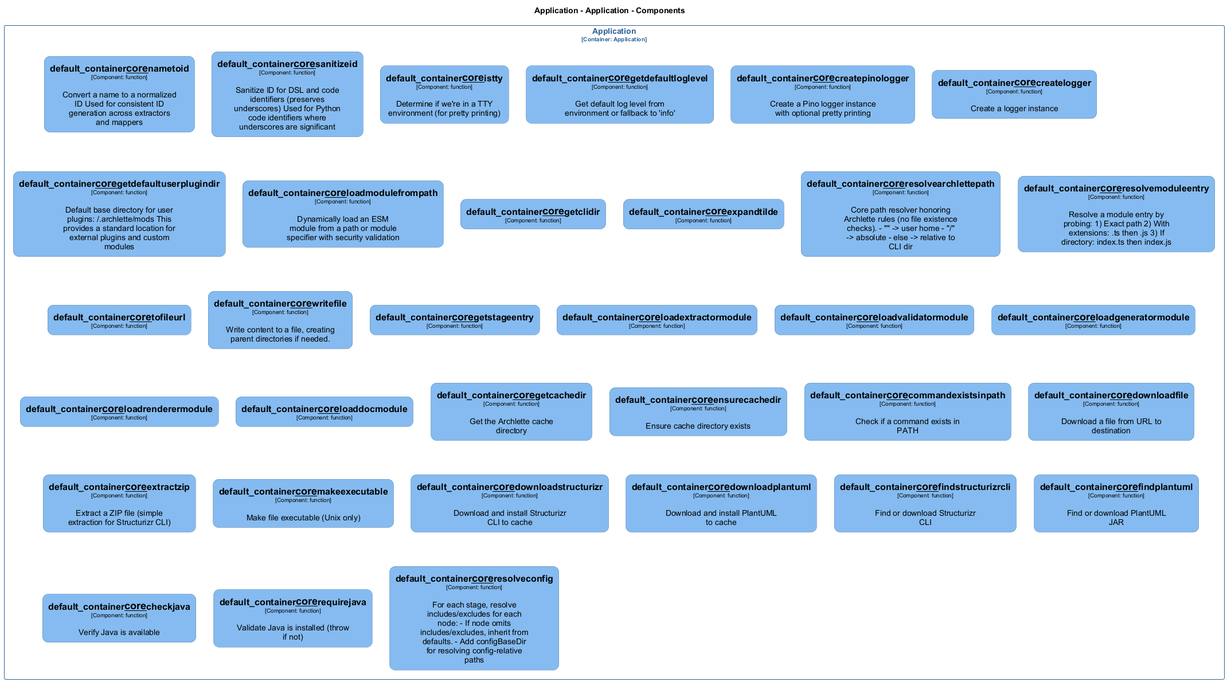
Earlier version of the PlantUML export docs/architecture/diagrams/structurizr-Classes_default_container__core.png (chrislyons-dev/archlette).
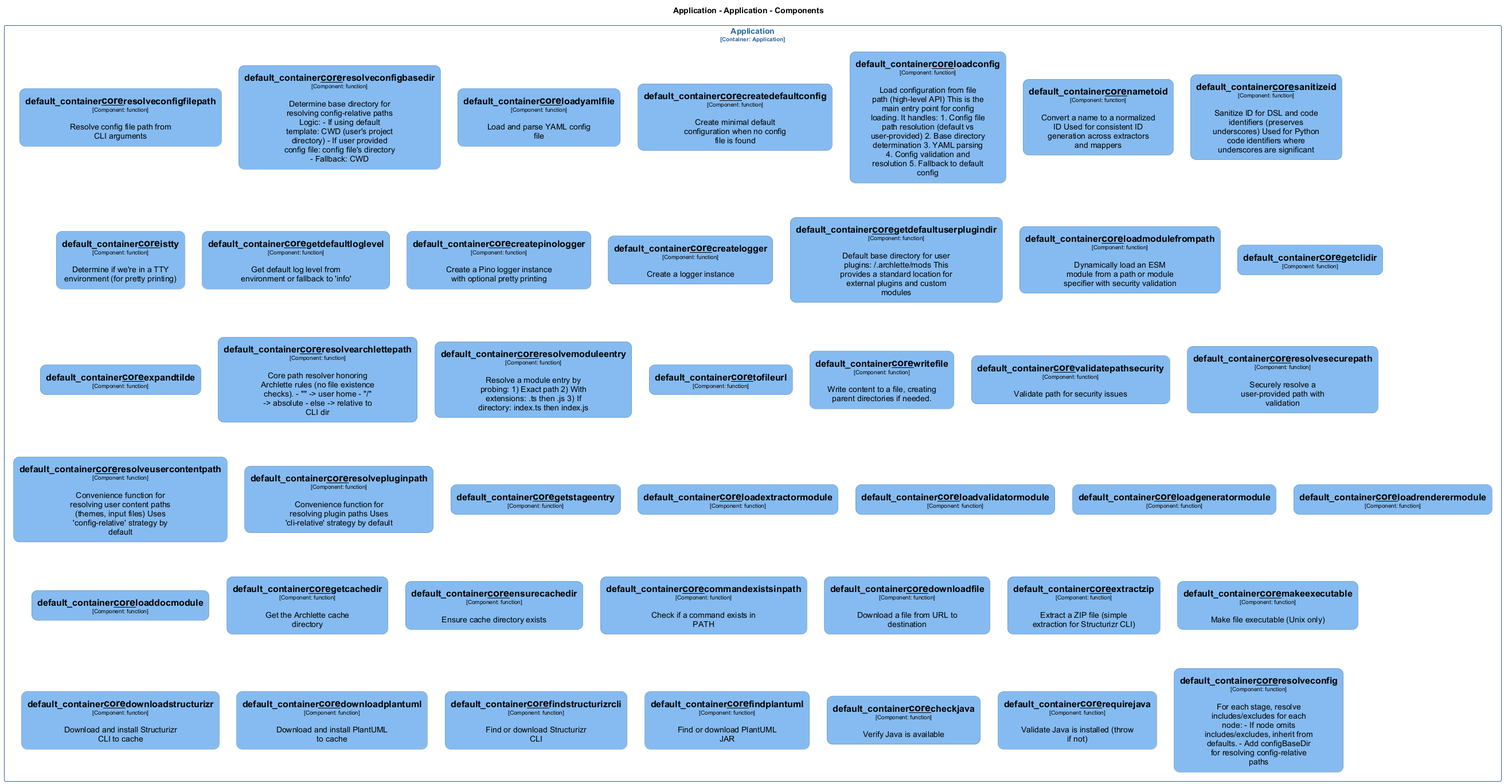
The same diagram one commit later.

Diff of the diagram source:
```diff
@@ -24,6 +24,13 @@
   shadowing false
 }
 skinparam rectangle<<Application.Application.default_container__core__commandexistsinpath>> {
+  BackgroundColor #85bbf0
+  FontColor #000000
+  BorderColor #5d82a8
+  roundCorner 20
+  shadowing false
+}
+skinparam rectangle<<Application.Application.default_container__core__createdefaultconfig>> {
   BackgroundColor #85bbf0
   FontColor #000000
   BorderColor #5d82a8
@@ -142,6 +149,13 @@
   roundCorner 20
   shadowing false
 }
+skinparam rectangle<<Application.Application.default_container__core__loadconfig>> {
+  BackgroundColor #85bbf0
+  FontColor #000000
+  BorderColor #5d82a8
+  roundCorner 20
+  shadowing false
+}
 skinparam rectangle<<Application.Application.default_container__core__loaddocmodule>> {
   BackgroundColor #85bbf0
   FontColor #000000
@@ -184,6 +198,13 @@
   roundCorner 20
   shadowing false
 }
+skinparam rectangle<<Application.Application.default_container__core__loadyamlfile>> {
+  BackgroundColor #85bbf0
+  FontColor #000000
+  BorderColor #5d82a8
+  roundCorner 20
+  shadowing false
+}
 skinparam rectangle<<Application.Application.default_container__core__makeexecutable>> {
   BackgroundColor #85bbf0
   FontColor #000000
@@ -219,7 +240,42 @@
   roundCorner 20
   shadowing false
 }
+skinparam rectangle<<Application.Application.default_container__core__resolveconfigbasedir>> {
+  BackgroundColor #85bbf0
+  FontColor #000000
+  BorderColor #5d82a8
+  roundCorner 20
+  shadowing false
+}
+skinparam rectangle<<Application.Application.default_container__core__resolveconfigfilepath>> {
+  BackgroundColor #85bbf0
+  FontColor #000000
+  BorderColor #5d82a8
+  roundCorner 20
+  shadowing false
+}
 skinparam rectangle<<Application.Application.default_container__core__resolvemoduleentry>> {
+  BackgroundColor #85bbf0
+  FontColor #000000
+  BorderColor #5d82a8
+  roundCorner 20
+  shadowing false
+}
+skinparam rectangle<<Application.Application.default_container__core__resolvepluginpath>> {
+  BackgroundColor #85bbf0
+  FontColor #000000
+  BorderColor #5d82a8
+  roundCorner 20
+  shadowing false
+}
+skinparam rectangle<<Application.Application.default_container__core__resolvesecurepath>> {
+  BackgroundColor #85bbf0
+  FontColor #000000
+  BorderColor #5d82a8
+  roundCorner 20
+  shadowing false
+}
+skinparam rectangle<<Application.Application.default_container__core__resolveusercontentpath>> {
   BackgroundColor #85bbf0
   FontColor #000000
   BorderColor #5d82a8
@@ -240,6 +296,13 @@
   roundCorner 20
   shadowing false
 }
+skinparam rectangle<<Application.Application.default_container__core__validatepathsecurity>> {
+  BackgroundColor #85bbf0
+  FontColor #000000
+  BorderColor #5d82a8
+  roundCorner 20
+  shadowing false
+}
 skinparam rectangle<<Application.Application.default_container__core__writefile>> {
   BackgroundColor #85bbf0
   FontColor #000000
@@ -254,6 +317,11 @@
 }
 
 rectangle "Application\n<size:10>[Container: Application]</size>" <<Application.Application>> {
+  rectangle "==default_container__core__resolveconfigfilepath\n<size:10>[Component: function]</size>\n\nResolve config file path from CLI arguments" <<Application.Application.default_container__core__resolveconfigfilepath>> as Application.Application.default_container__core__resolveconfigfilepath
+  rectangle "==default_container__core__resolveconfigbasedir\n<size:10>[Component: function]</size>\n\nDetermine base directory for resolving config-relative paths Logic: - If using default template: CWD (user's project directory) - If user provided config file: config file's directory - Fallback: CWD" <<Application.Application.default_container__core__resolveconfigbasedir>> as Application.Application.default_container__core__resolveconfigbasedir
+  rectangle "==default_container__core__loadyamlfile\n<size:10>[Component: function]</size>\n\nLoad and parse YAML config file" <<Application.Application.default_container__core__loadyamlfile>> as Application.Application.default_container__core__loadyamlfile
+  rectangle "==default_container__core__createdefaultconfig\n<size:10>[Component: function]</size>\n\nCreate minimal default configuration when no config file is found" <<Application.Application.default_container__core__createdefaultconfig>> as Application.Application.default_container__core__createdefaultconfig
+  rectangle "==default_container__core__loadconfig\n<size:10>[Component: function]</size>\n\nLoad configuration from file path (high-level API) This is the main entry point for config loading. It handles: 1. Config file path resolution (default vs user-provided) 2. Base directory determination 3. YAML parsing 4. Config validation and resolution 5. Fallback to default config" <<Application.Application.default_container__core__loadconfig>> as Application.Application.default_container__core__loadconfig
   rectangle "==default_container__core__nametoid\n<size:10>[Component: function]</size>\n\nConvert a name to a normalized ID Used for consistent ID generation across extractors and mappers" <<Application.Application.default_container__core__nametoid>> as Application.Application.default_container__core__nametoid
   rectangle "==default_container__core__sanitizeid\n<size:10>[Component: function]</size>\n\nSanitize ID for DSL and code identifiers (preserves underscores) Used for Python code identifiers where underscores are significant" <<Application.Application.default_container__core__sanitizeid>> as Application.Application.default_container__core__sanitizeid
   rectangle "==default_container__core__istty\n<size:10>[Component: function]</size>\n\nDetermine if we're in a TTY environment (for pretty printing)" <<Application.Application.default_container__core__istty>> as Application.Application.default_container__core__istty
@@ -268,6 +336,10 @@
   rectangle "==default_container__core__resolvemoduleentry\n<size:10>[Component: function]</size>\n\nResolve a module entry by probing: 1) Exact path 2) With extensions: .ts then .js 3) If directory: index.ts then index.js" <<Application.Application.default_container__core__resolvemoduleentry>> as Application.Application.default_container__core__resolvemoduleentry
   rectangle "==default_container__core__tofileurl\n<size:10>[Component: function]</size>" <<Application.Application.default_container__core__tofileurl>> as Application.Application.default_container__core__tofileurl
   rectangle "==default_container__core__writefile\n<size:10>[Component: function]</size>\n\nWrite content to a file, creating parent directories if needed." <<Application.Application.default_container__core__writefile>> as Application.Application.default_container__core__writefile
+  rectangle "==default_container__core__validatepathsecurity\n<size:10>[Component: function]</size>\n\nValidate path for security issues" <<Application.Application.default_container__core__validatepathsecurity>> as Application.Application.default_container__core__validatepathsecurity
+  rectangle "==default_container__core__resolvesecurepath\n<size:10>[Component: function]</size>\n\nSecurely resolve a user-provided path with validation" <<Application.Application.default_container__core__resolvesecurepath>> as Application.Application.default_container__core__resolvesecurepath
+  rectangle "==default_container__core__resolveusercontentpath\n<size:10>[Component: function]</size>\n\nConvenience function for resolving user content paths (themes, input files) Uses 'config-relative' strategy by default" <<Application.Application.default_container__core__resolveusercontentpath>> as Application.Application.default_container__core__resolveusercontentpath
+  rectangle "==default_container__core__resolvepluginpath\n<size:10>[Component: function]</size>\n\nConvenience function for resolving plugin paths Uses 'cli-relative' strategy by default" <<Application.Application.default_container__core__resolvepluginpath>> as Application.Application.default_container__core__resolvepluginpath
   rectangle "==default_container__core__getstageentry\n<size:10>[Component: function]</size>" <<Application.Application.default_container__core__getstageentry>> as Application.Application.default_container__core__getstageentry
   rectangle "==default_container__core__loadextractormodule\n<size:10>[Component: function]</size>" <<Application.Application.default_container__core__loadextractormodule>> as Application.Application.default_container__core__loadextractormodule
   rectangle "==default_container__core__loadvalidatormodule\n<size:10>[Component: function]</size>" <<Application.Application.default_container__core__loadvalidatormodule>> as Application.Application.default_container__core__loadvalidatormodule
```
